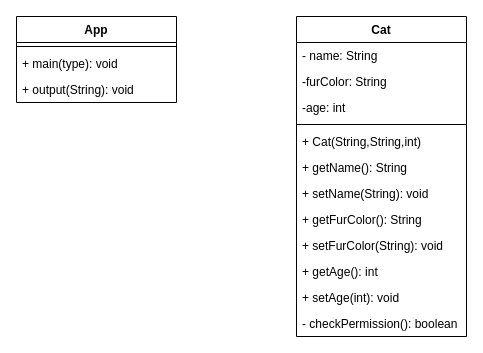
02-SneakyPeeky/02_Klassen_Objekte_01ASK keeps this draw.io diagram as page "App + Cat" (2 of 2) of klassendiagram.drawio. Above is the earlier version. Source tidied: cells renumbered, new cells numbered last; positions are measured from the earlier drawing's top-left corner, leaving out a move shared by most shapes. Both pictures are drawn from the tidied source at 100%, with x=0, y=0 at pixel (16, 16).
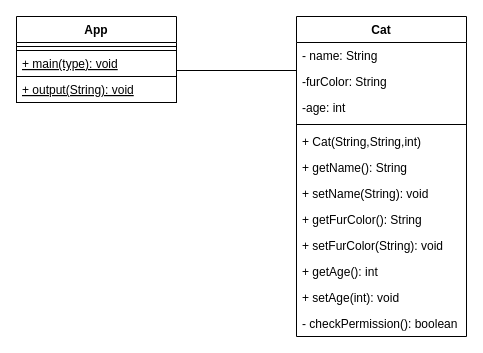
After the change.

What changed in the source:
```diff
@@
 <mxGraphModel>
   <root>
     <mxCell id="0" />
     <mxCell id="1" parent="0" />
     <mxCell id="2" value="Cat" style="swimlane;fontStyle=1;align=center;verticalAlign=top;horizontal=1;startSize=26;" parent="1" vertex="1">
       <mxGeometry x="280" width="170" height="320" as="geometry" />
     </mxCell>
     <mxCell id="3" value="- name: String" style="text;strokeColor=none;fillColor=none;align=left;verticalAlign=top;spacingLeft=4;spacingRight=4;overflow=hidden;" parent="2" vertex="1">
       <mxGeometry y="26" width="170" height="26" as="geometry" />
     </mxCell>
     <mxCell id="4" value="-furColor: String" style="text;strokeColor=none;fillColor=none;align=left;verticalAlign=top;spacingLeft=4;spacingRight=4;overflow=hidden;" parent="2" vertex="1">
       <mxGeometry y="52" width="170" height="26" as="geometry" />
     </mxCell>
     <mxCell id="5" value="-age: int" style="text;strokeColor=none;fillColor=none;align=left;verticalAlign=top;spacingLeft=4;spacingRight=4;overflow=hidden;" parent="2" vertex="1">
       <mxGeometry y="78" width="170" height="26" as="geometry" />
     </mxCell>
     <mxCell id="6" style="line;strokeWidth=1;fillColor=none;align=left;verticalAlign=middle;spacingTop=-1;spacingLeft=3;spacingRight=3;labelPosition=right;strokeColor=inherit;" parent="2" vertex="1">
       <mxGeometry y="104" width="170" height="8" as="geometry" />
     </mxCell>
     <mxCell id="7" value="+ Cat(String,String,int)" style="text;strokeColor=none;fillColor=none;align=left;verticalAlign=top;spacingLeft=4;spacingRight=4;overflow=hidden;" parent="2" vertex="1">
       <mxGeometry y="112" width="170" height="26" as="geometry" />
     </mxCell>
     <mxCell id="8" value="+ getName(): String" style="text;strokeColor=none;fillColor=none;align=left;verticalAlign=top;spacingLeft=4;spacingRight=4;overflow=hidden;" parent="2" vertex="1">
       <mxGeometry y="138" width="170" height="26" as="geometry" />
     </mxCell>
     <mxCell id="9" value="+ setName(String): void" style="text;strokeColor=none;fillColor=none;align=left;verticalAlign=top;spacingLeft=4;spacingRight=4;overflow=hidden;" parent="2" vertex="1">
       <mxGeometry y="164" width="170" height="26" as="geometry" />
     </mxCell>
     <mxCell id="10" value="+ getFurColor(): String" style="text;strokeColor=none;fillColor=none;align=left;verticalAlign=top;spacingLeft=4;spacingRight=4;overflow=hidden;" parent="2" vertex="1">
       <mxGeometry y="190" width="170" height="26" as="geometry" />
     </mxCell>
     <mxCell id="11" value="+ setFurColor(String): void" style="text;strokeColor=none;fillColor=none;align=left;verticalAlign=top;spacingLeft=4;spacingRight=4;overflow=hidden;" parent="2" vertex="1">
       <mxGeometry y="216" width="170" height="26" as="geometry" />
     </mxCell>
     <mxCell id="12" value="+ getAge(): int" style="text;strokeColor=none;fillColor=none;align=left;verticalAlign=top;spacingLeft=4;spacingRight=4;overflow=hidden;" parent="2" vertex="1">
       <mxGeometry y="242" width="170" height="26" as="geometry" />
     </mxCell>
     <mxCell id="13" value="+ setAge(int): void" style="text;strokeColor=none;fillColor=none;align=left;verticalAlign=top;spacingLeft=4;spacingRight=4;overflow=hidden;" parent="2" vertex="1">
       <mxGeometry y="268" width="170" height="26" as="geometry" />
     </mxCell>
     <mxCell id="14" value="- checkPermission(): boolean" style="text;strokeColor=none;fillColor=none;align=left;verticalAlign=top;spacingLeft=4;spacingRight=4;overflow=hidden;" parent="2" vertex="1">
       <mxGeometry y="294" width="170" height="26" as="geometry" />
     </mxCell>
     <mxCell id="15" value="App" style="swimlane;fontStyle=1;align=center;verticalAlign=top;horizontal=1;startSize=26;" parent="1" vertex="1">
       <mxGeometry width="160" height="86" as="geometry" />
     </mxCell>
     <mxCell id="16" style="line;strokeWidth=1;fillColor=none;align=left;verticalAlign=middle;spacingTop=-1;spacingLeft=3;spacingRight=3;labelPosition=right;strokeColor=inherit;" parent="15" vertex="1">
       <mxGeometry y="26" width="160" height="8" as="geometry" />
     </mxCell>
-    <mxCell id="17" value="+ main(type): void" style="text;strokeColor=none;fillColor=none;align=left;verticalAlign=top;spacingLeft=4;spacingRight=4;overflow=hidden;" parent="15" vertex="1">
+    <mxCell id="17" value="+ main(type): void" style="text;strokeColor=default;fillColor=none;align=left;verticalAlign=top;spacingLeft=4;spacingRight=4;overflow=hidden;fontStyle=4;" parent="15" vertex="1">
       <mxGeometry y="34" width="160" height="26" as="geometry" />
     </mxCell>
-    <mxCell id="18" value="+ output(String): void" style="text;strokeColor=none;fillColor=none;align=left;verticalAlign=top;spacingLeft=4;spacingRight=4;overflow=hidden;" parent="15" vertex="1">
+    <mxCell id="18" value="+ output(String): void" style="text;strokeColor=default;fillColor=none;align=left;verticalAlign=top;spacingLeft=4;spacingRight=4;overflow=hidden;fontStyle=4;" parent="15" vertex="1">
       <mxGeometry y="60" width="160" height="26" as="geometry" />
     </mxCell>
+    <mxCell id="19" style="line;strokeWidth=1;fillColor=none;align=left;verticalAlign=middle;spacingTop=-1;spacingLeft=3;spacingRight=3;labelPosition=right;strokeColor=inherit;" parent="1" vertex="1">
+      <mxGeometry x="160" y="50" width="120" height="8" as="geometry" />
+    </mxCell>
   </root>
 </mxGraphModel>
```
